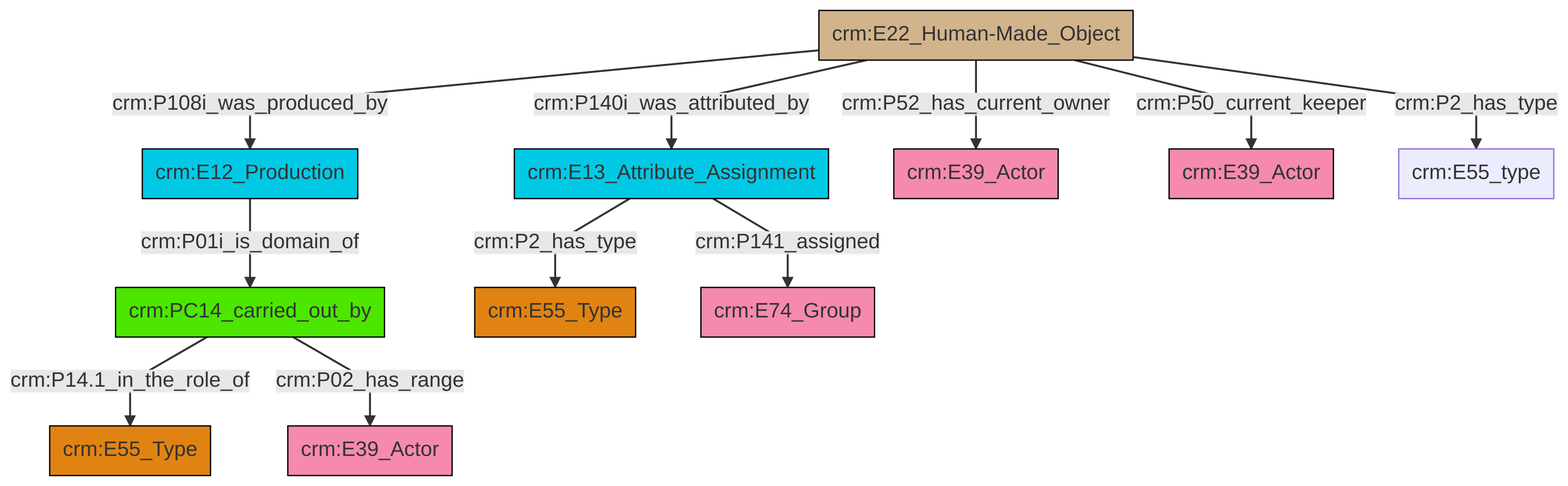
swiss-art-research-net/reference-data-models keeps this Mermaid diagram as et/artworkCSV/ttl/mmd/png/Artwork_Actor_Relations.png. Above is the earlier version. Its source is kept beside it as et/artworkCSV/ttl/mmd/Artwork_Actor_Relations.ttl.mmd. The source it was exported from:
```mermaid
graph TD
classDef Literal fill:#f2f2f2,stroke:#000000;
classDef CRM_Entity fill:#FFFFFF,stroke:#000000;
classDef Temporal_Entity fill:#00C9E6, stroke:#000000;
classDef Type fill:#E18312, stroke:#000000;
classDef Time-Span fill:#2C9C91, stroke:#000000;
classDef Appellation fill:#FFEB7F, stroke:#000000;
classDef Place fill:#008836, stroke:#000000;
classDef Persistent_Item fill:#B266B2, stroke:#000000;
classDef Conceptual_Object fill:#FFD700, stroke:#000000;
classDef Physical_Thing fill:#D2B48C, stroke:#000000;
classDef Actor fill:#f58aad, stroke:#000000;
classDef PC_Classes fill:#4ce600, stroke:#000000;
classDef Multi fill:#cccccc,stroke:#000000;

0["crm:E22_Human-Made_Object"]:::Physical_Thing -->|crm:P108i_was_produced_by| 1["crm:E12_Production"]:::Temporal_Entity
0["crm:E22_Human-Made_Object"]:::Physical_Thing -->|crm:P140i_was_attributed_by| 4["crm:E13_Attribute_Assignment"]:::Temporal_Entity
2["crm:PC14_carried_out_by"]:::PC_Classes -->|crm:P14.1_in_the_role_of| 10["crm:E55_Type"]:::Type
0["crm:E22_Human-Made_Object"]:::Physical_Thing -->|crm:P50_current_keeper| 13["crm:E39_Actor"]:::Actor
0["crm:E22_Human-Made_Object"]:::Physical_Thing -->|crm:P52_has_current_owner| 7["crm:E39_Actor"]:::Actor
2["crm:PC14_carried_out_by"]:::PC_Classes -->|crm:P02_has_range| 5["crm:E39_Actor"]:::Actor
4["crm:E13_Attribute_Assignment"]:::Temporal_Entity -->|crm:P2_has_type| 11["crm:E55_Type"]:::Type
0["crm:E22_Human-Made_Object"]:::Physical_Thing -->|crm:P2_has_type| 20["crm:E55_type"]:::Default
4["crm:E13_Attribute_Assignment"]:::Temporal_Entity -->|crm:P141_assigned| 17["crm:E74_Group"]:::Actor
1["crm:E12_Production"]:::Temporal_Entity -->|crm:P01i_is_domain_of| 2["crm:PC14_carried_out_by"]:::PC_Classes
```
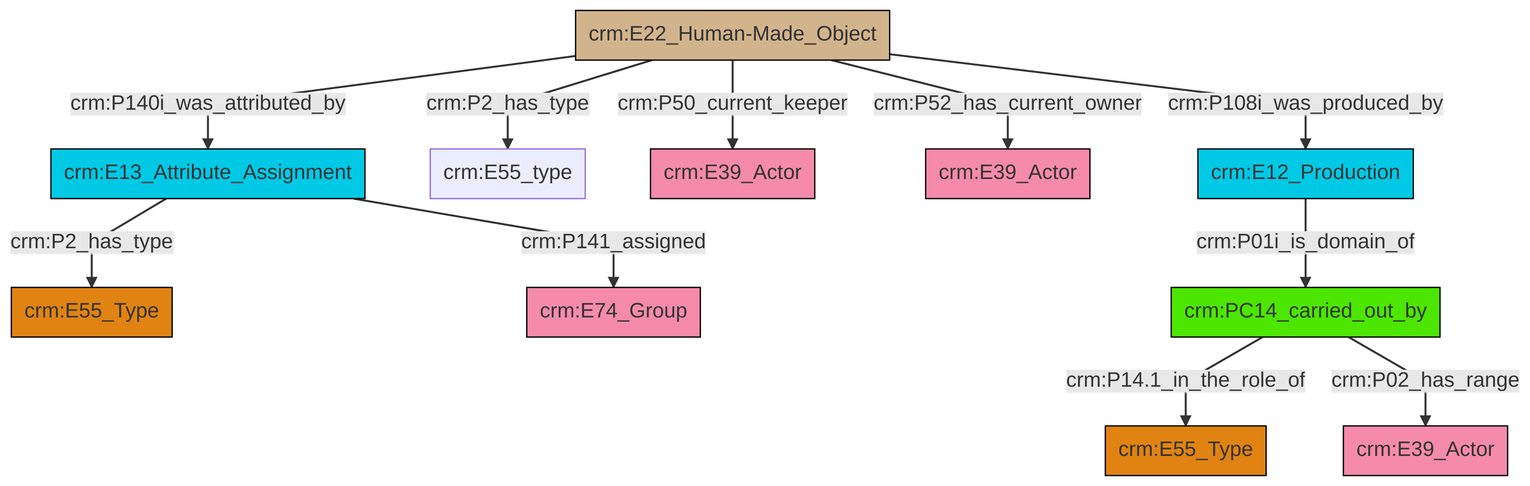
The same file after the commit.

Diff of the diagram source:
```diff
@@ -13,13 +13,13 @@
 classDef PC_Classes fill:#4ce600, stroke:#000000;
 classDef Multi fill:#cccccc,stroke:#000000;
 
-0["crm:E22_Human-Made_Object"]:::Physical_Thing -->|crm:P108i_was_produced_by| 1["crm:E12_Production"]:::Temporal_Entity
-0["crm:E22_Human-Made_Object"]:::Physical_Thing -->|crm:P140i_was_attributed_by| 4["crm:E13_Attribute_Assignment"]:::Temporal_Entity
-2["crm:PC14_carried_out_by"]:::PC_Classes -->|crm:P14.1_in_the_role_of| 10["crm:E55_Type"]:::Type
-0["crm:E22_Human-Made_Object"]:::Physical_Thing -->|crm:P50_current_keeper| 13["crm:E39_Actor"]:::Actor
-0["crm:E22_Human-Made_Object"]:::Physical_Thing -->|crm:P52_has_current_owner| 7["crm:E39_Actor"]:::Actor
-2["crm:PC14_carried_out_by"]:::PC_Classes -->|crm:P02_has_range| 5["crm:E39_Actor"]:::Actor
-4["crm:E13_Attribute_Assignment"]:::Temporal_Entity -->|crm:P2_has_type| 11["crm:E55_Type"]:::Type
-0["crm:E22_Human-Made_Object"]:::Physical_Thing -->|crm:P2_has_type| 20["crm:E55_type"]:::Default
-4["crm:E13_Attribute_Assignment"]:::Temporal_Entity -->|crm:P141_assigned| 17["crm:E74_Group"]:::Actor
-1["crm:E12_Production"]:::Temporal_Entity -->|crm:P01i_is_domain_of| 2["crm:PC14_carried_out_by"]:::PC_Classes
+6["crm:E22_Human-Made_Object"]:::Physical_Thing -->|crm:P2_has_type| 7["crm:E55_type"]:::Default
+8["crm:PC14_carried_out_by"]:::PC_Classes -->|crm:P14.1_in_the_role_of| 9["crm:E55_Type"]:::Type
+4["crm:E13_Attribute_Assignment"]:::Temporal_Entity -->|crm:P2_has_type| 0["crm:E55_Type"]:::Type
+6["crm:E22_Human-Made_Object"]:::Physical_Thing -->|crm:P52_has_current_owner| 17["crm:E39_Actor"]:::Actor
+6["crm:E22_Human-Made_Object"]:::Physical_Thing -->|crm:P108i_was_produced_by| 19["crm:E12_Production"]:::Temporal_Entity
+6["crm:E22_Human-Made_Object"]:::Physical_Thing -->|crm:P50_current_keeper| 13["crm:E39_Actor"]:::Actor
+19["crm:E12_Production"]:::Temporal_Entity -->|crm:P01i_is_domain_of| 8["crm:PC14_carried_out_by"]:::PC_Classes
+8["crm:PC14_carried_out_by"]:::PC_Classes -->|crm:P02_has_range| 15["crm:E39_Actor"]:::Actor
+4["crm:E13_Attribute_Assignment"]:::Temporal_Entity -->|crm:P141_assigned| 2["crm:E74_Group"]:::Actor
+6["crm:E22_Human-Made_Object"]:::Physical_Thing -->|crm:P140i_was_attributed_by| 4["crm:E13_Attribute_Assignment"]:::Temporal_Entity
```
